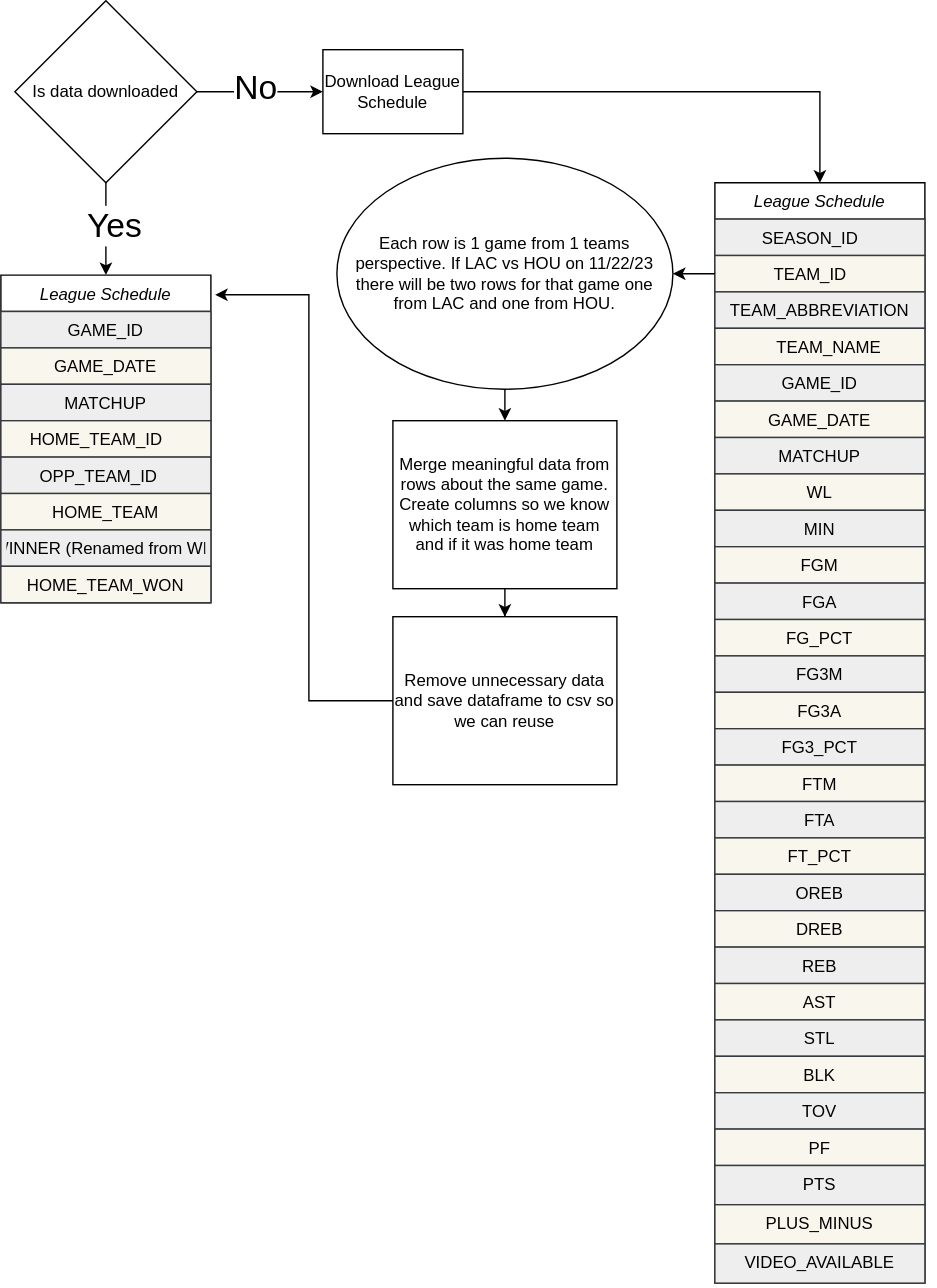
This is README Diagrams/Leauge Schedule Diagram.svg from dmb1o3/NBAWinPredictor, a draw.io export, as it was before one commit. Source tidied: cells renumbered, new cells last; positions are measured from the earlier drawing's top-left corner, leaving out a move shared by most shapes.
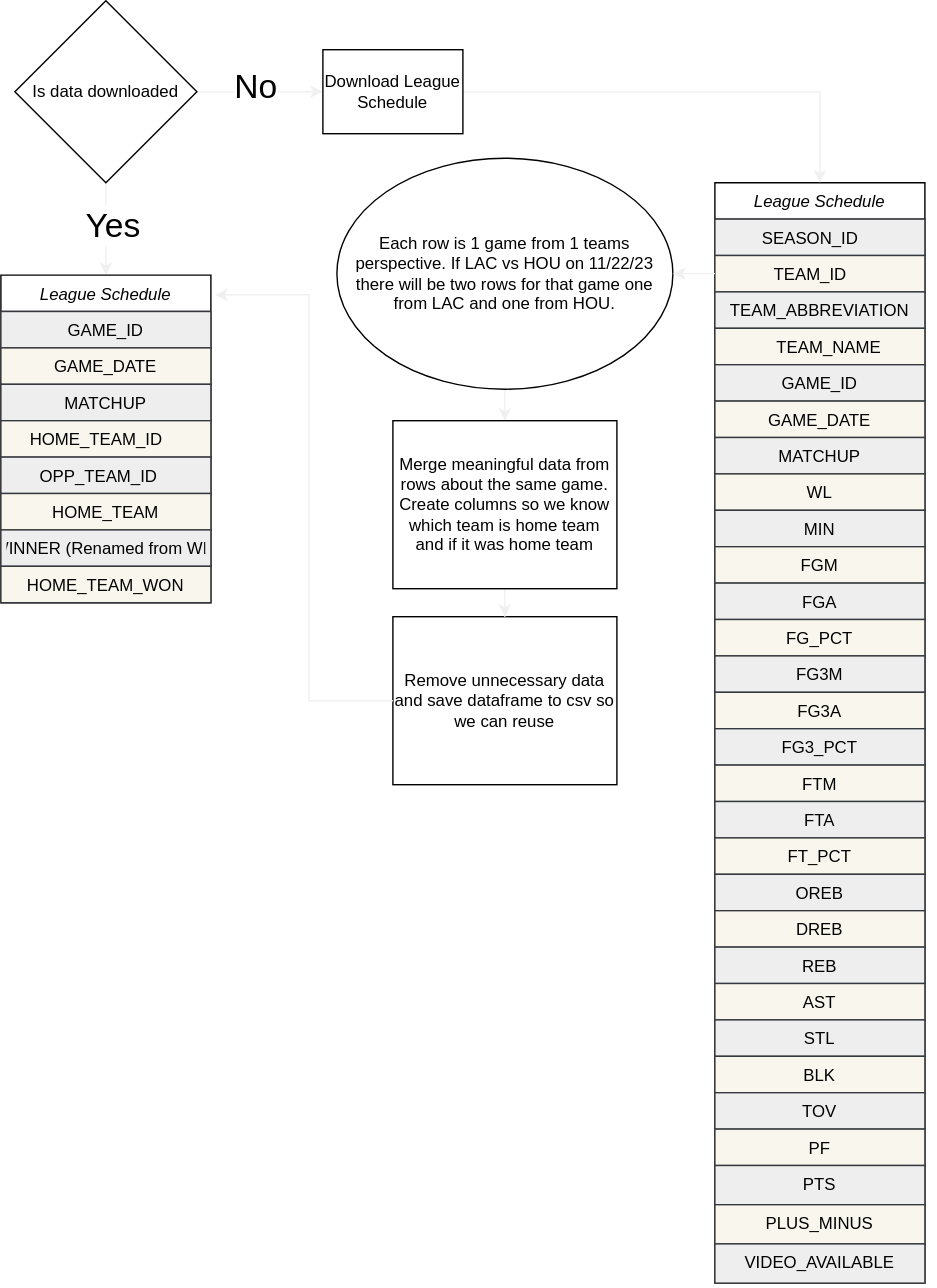
After the commit.

Commit message:
Testing out new arrows to see how they show up on site

Diff of the diagram source:
```diff
@@ -95,13 +95,13 @@
     <mxCell id="32" style="edgeStyle=orthogonalEdgeStyle;rounded=0;orthogonalLoop=1;jettySize=auto;html=1;exitX=1;exitY=0.5;exitDx=0;exitDy=0;fillColor=#f5f5f5;strokeColor=#666666;" parent="2" edge="1" source="13" target="13">
       <mxGeometry relative="1" as="geometry" />
     </mxCell>
-    <mxCell id="33" style="edgeStyle=orthogonalEdgeStyle;rounded=0;jettySize=auto;html=1;exitX=1;exitY=0.5;exitDx=0;exitDy=0;entryX=0;entryY=0.5;entryDx=0;entryDy=0;" parent="1" edge="1" source="37" target="39">
+    <mxCell id="33" style="edgeStyle=orthogonalEdgeStyle;rounded=0;jettySize=auto;html=1;exitX=1;exitY=0.5;exitDx=0;exitDy=0;entryX=0;entryY=0.5;entryDx=0;entryDy=0;strokeColor=#F0F0F0;" parent="1" edge="1" source="37" target="39">
       <mxGeometry relative="1" as="geometry" />
     </mxCell>
     <mxCell id="34" value="&lt;font style=&quot;font-size: 24px;&quot;&gt;No&lt;/font&gt;" style="edgeLabel;html=1;align=center;verticalAlign=middle;" parent="33" vertex="1">
       <mxGeometry x="-0.07" y="3" relative="1" as="geometry" />
     </mxCell>
-    <mxCell id="35" style="edgeStyle=orthogonalEdgeStyle;rounded=0;jettySize=auto;html=1;entryX=0.5;entryY=0;entryDx=0;entryDy=0;" parent="1" edge="1" source="37" target="45">
+    <mxCell id="35" style="edgeStyle=orthogonalEdgeStyle;rounded=0;jettySize=auto;html=1;entryX=0.5;entryY=0;entryDx=0;entryDy=0;strokeColor=#F0F0F0;" parent="1" edge="1" source="37" target="45">
       <mxGeometry relative="1" as="geometry" />
     </mxCell>
     <mxCell id="36" value="&lt;font style=&quot;font-size: 24px;&quot;&gt;Yes&lt;/font&gt;" style="edgeLabel;html=1;align=center;verticalAlign=middle;" parent="35" vertex="1">
@@ -110,7 +110,7 @@
     <mxCell id="37" value="Is data downloaded" style="rhombus;whiteSpace=wrap;html=1;" parent="1" vertex="1">
       <mxGeometry x="10" width="130" height="130" as="geometry" />
     </mxCell>
-    <mxCell id="38" style="edgeStyle=orthogonalEdgeStyle;rounded=0;jettySize=auto;html=1;entryX=0.5;entryY=0;entryDx=0;entryDy=0;" parent="1" edge="1" source="39" target="2">
+    <mxCell id="38" style="edgeStyle=orthogonalEdgeStyle;rounded=0;jettySize=auto;html=1;entryX=0.5;entryY=0;entryDx=0;entryDy=0;strokeColor=#F0F0F0;" parent="1" edge="1" source="39" target="2">
       <mxGeometry relative="1" as="geometry" />
     </mxCell>
     <mxCell id="39" value="Download League Schedule" style="rounded=0;whiteSpace=wrap;html=1;" parent="1" vertex="1">
@@ -119,13 +119,13 @@
     <mxCell id="40" value="Remove unnecessary data and save dataframe to csv so we can reuse" style="rounded=0;whiteSpace=wrap;html=1;" parent="1" vertex="1">
       <mxGeometry x="280" y="440" width="160" height="120" as="geometry" />
     </mxCell>
-    <mxCell id="41" style="edgeStyle=orthogonalEdgeStyle;rounded=0;jettySize=auto;html=1;entryX=0.5;entryY=0;entryDx=0;entryDy=0;" parent="1" edge="1" source="42" target="44">
+    <mxCell id="41" style="edgeStyle=orthogonalEdgeStyle;rounded=0;jettySize=auto;html=1;entryX=0.5;entryY=0;entryDx=0;entryDy=0;strokeColor=#F0F0F0;" parent="1" edge="1" source="42" target="44">
       <mxGeometry relative="1" as="geometry" />
     </mxCell>
     <mxCell id="42" value="&lt;br&gt;Each row is 1 game from 1 teams perspective. If LAC vs HOU on 11/22/23 &lt;br&gt;there will be two rows for that game one from LAC and one from HOU. &lt;div&gt;&lt;br/&gt;&lt;/div&gt;" style="ellipse;whiteSpace=wrap;html=1;" parent="1" vertex="1">
       <mxGeometry x="240" y="112.5" width="240" height="165" as="geometry" />
     </mxCell>
-    <mxCell id="43" style="edgeStyle=orthogonalEdgeStyle;rounded=0;jettySize=auto;html=1;entryX=0.5;entryY=0;entryDx=0;entryDy=0;" parent="1" edge="1" source="44" target="40">
+    <mxCell id="43" style="edgeStyle=orthogonalEdgeStyle;rounded=0;jettySize=auto;html=1;entryX=0.5;entryY=0;entryDx=0;entryDy=0;strokeColor=#F0F0F0;" parent="1" edge="1" source="44" target="40">
       <mxGeometry relative="1" as="geometry" />
     </mxCell>
     <mxCell id="44" value="Merge meaningful data from rows about the same game. Create columns so we know which team is home team and if it was home team" style="rounded=0;whiteSpace=wrap;html=1;" parent="1" vertex="1">
@@ -164,7 +164,7 @@
         <mxPoint x="150" y="273" as="targetPoint" />
       </mxGeometry>
     </mxCell>
-    <mxCell id="55" style="edgeStyle=orthogonalEdgeStyle;rounded=0;jettySize=auto;html=1;entryX=1.02;entryY=0.06;entryDx=0;entryDy=0;entryPerimeter=0;" parent="1" edge="1" source="40" target="45">
+    <mxCell id="55" style="edgeStyle=orthogonalEdgeStyle;rounded=0;jettySize=auto;html=1;entryX=1.02;entryY=0.06;entryDx=0;entryDy=0;entryPerimeter=0;strokeColor=#F0F0F0;" parent="1" edge="1" source="40" target="45">
       <mxGeometry relative="1" as="geometry">
         <Array as="points">
           <mxPoint x="220" y="500" />
@@ -172,7 +172,7 @@
         </Array>
       </mxGeometry>
     </mxCell>
-    <mxCell id="56" style="edgeStyle=orthogonalEdgeStyle;rounded=0;jettySize=auto;html=1;" parent="1" edge="1" source="4" target="42">
+    <mxCell id="56" style="edgeStyle=orthogonalEdgeStyle;rounded=0;jettySize=auto;html=1;strokeColor=#F0F0F0;" parent="1" edge="1" source="4" target="42">
       <mxGeometry relative="1" as="geometry" />
     </mxCell>
   </root>
```
